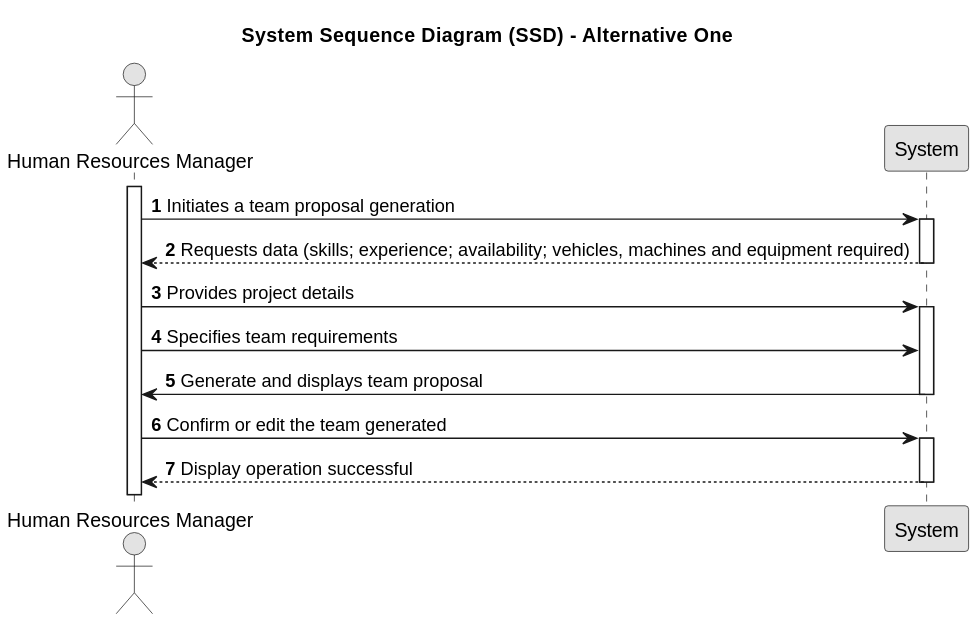
Before: docs/sprintA/us005/01.requirements-engineering/svg/us005-system-sequence-diagram-alternative-one.svg, a diagram exported from PlantUML (SAEmanuel/Green_Spaces_Management_ISEP). Source of this version:
```plantuml
@startuml
skinparam monochrome true
skinparam packageStyle rectangle
skinparam shadowing false

title System Sequence Diagram (SSD) - Alternative One

autonumber

actor "Human Resources Manager" as Employee
participant "System" as System

activate Employee

    System <- Employee : Initiates a team proposal generation
    activate System

        Employee <-- System :Requests data (skills; experience; availability; vehicles, machines and equipment required)
    deactivate System

    Employee -> System : Provides project details
    activate System
    Employee -> System : Specifies team requirements

        System -> Employee : Generate and displays team proposal
    deactivate System

    Employee -> System : Confirm or edit the team generated
    activate System

        System --> Employee : Display operation successful
    deactivate System
@enduml
```
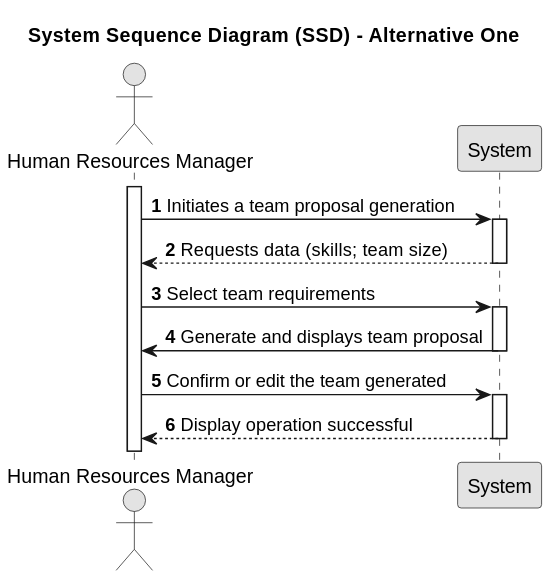
The same diagram one commit later.

Commit message:
US5 Requirements Engineering v7.0

The edit, as a diff of the source:
```diff
@@ -15,12 +15,11 @@
     System <- Employee : Initiates a team proposal generation
     activate System
 
-        Employee <-- System :Requests data (skills; experience; availability; vehicles, machines and equipment required)
+        Employee <-- System :Requests data (skills; team size)
     deactivate System
 
-    Employee -> System : Provides project details
+    Employee -> System : Select team requirements
     activate System
-    Employee -> System : Specifies team requirements
 
         System -> Employee : Generate and displays team proposal
     deactivate System
```
